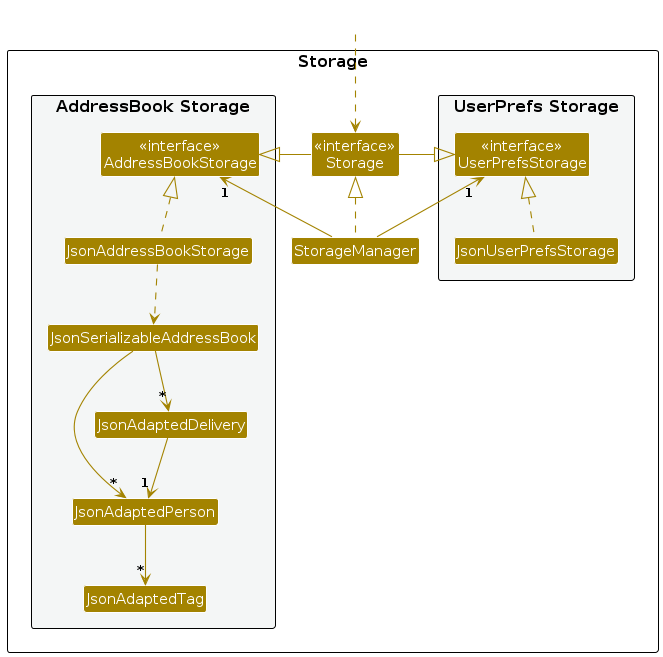
The PlantUML diagram diagrams/StorageClassDiagram.png in prave1n/VendorVault, before a commit. Its source is kept beside it as diagrams/StorageClassDiagram.puml.
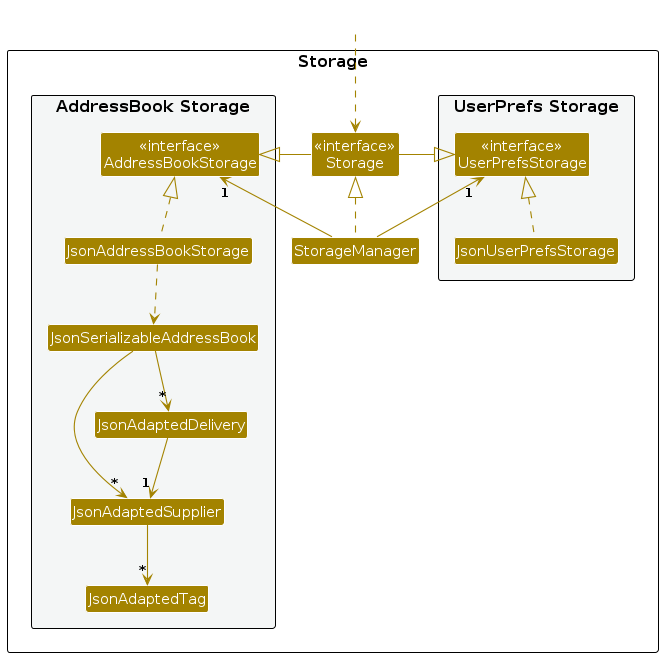
After the change.

What changed in the source:
```diff
@@ -18,7 +18,7 @@
 Class "<<interface>>\nAddressBookStorage" as AddressBookStorage
 Class JsonAddressBookStorage
 Class JsonSerializableAddressBook
-Class JsonAdaptedPerson
+Class JsonAdaptedSupplier
 Class JsonAdaptedDelivery
 Class JsonAdaptedTag
 }
@@ -38,9 +38,9 @@
 JsonUserPrefsStorage .up.|> UserPrefsStorage
 JsonAddressBookStorage .up.|> AddressBookStorage
 JsonAddressBookStorage ..> JsonSerializableAddressBook
-JsonSerializableAddressBook --> "*" JsonAdaptedPerson
+JsonSerializableAddressBook --> "*" JsonAdaptedSupplier
 JsonSerializableAddressBook --> "*" JsonAdaptedDelivery
-JsonAdaptedDelivery --> "1" JsonAdaptedPerson
-JsonAdaptedPerson --> "*" JsonAdaptedTag
+JsonAdaptedDelivery --> "1" JsonAdaptedSupplier
+JsonAdaptedSupplier --> "*" JsonAdaptedTag
 
 @enduml
```
